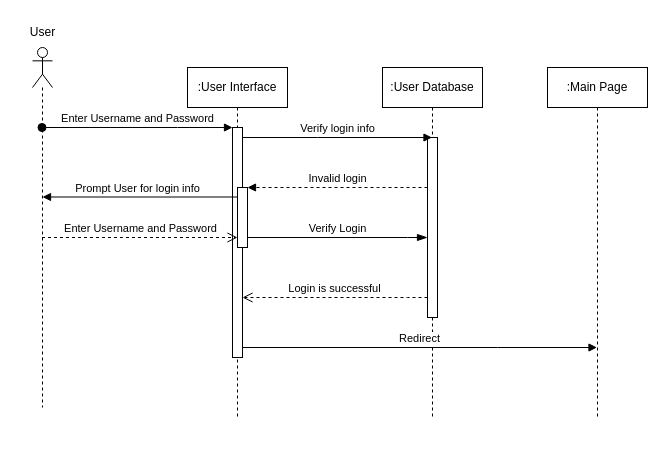
The draw.io diagram Login Sequence Diagram.drawio in adl409/SE-project-Group-5, before the edit. Source tidied: cells renumbered, new cells numbered last; positions are measured from the earlier drawing's top-left corner, leaving out a move shared by most shapes. Both pictures are drawn from the tidied source at 100%, with x=0, y=0 at pixel (17, 17).
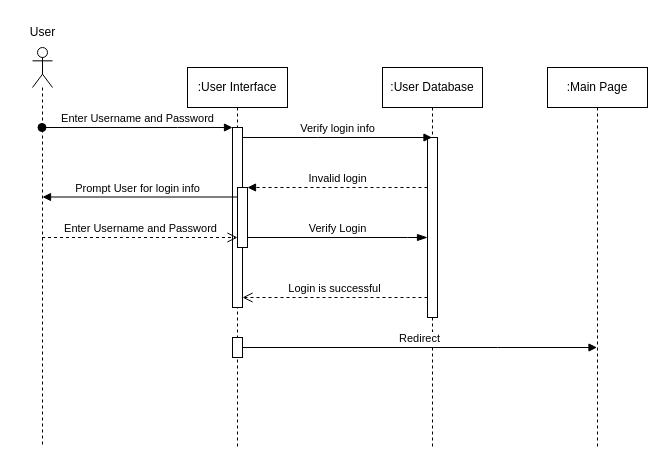
After the change.

Diff of the diagram source:
```diff
@@
     <mxCell id="2" value=":User Interface" style="shape=umlLifeline;perimeter=lifelinePerimeter;whiteSpace=wrap;html=1;outlineConnect=0;portConstraint=eastwest;newEdgeStyle={&quot;edgeStyle&quot;:&quot;elbowEdgeStyle&quot;,&quot;elbow&quot;:&quot;vertical&quot;,&quot;curved&quot;:0,&quot;rounded&quot;:0};" parent="1" vertex="1">
-      <mxGeometry x="170" y="50" width="100" height="350" as="geometry" />
+      <mxGeometry x="170" y="50" width="100" height="380" as="geometry" />
     </mxCell>
     <mxCell id="3" style="html=1;points=[];perimeter=orthogonalPerimeter;outlineConnect=0;targetShapes=umlLifeline;portConstraint=eastwest;newEdgeStyle={&quot;edgeStyle&quot;:&quot;elbowEdgeStyle&quot;,&quot;elbow&quot;:&quot;vertical&quot;,&quot;curved&quot;:0,&quot;rounded&quot;:0};" parent="2" vertex="1">
-      <mxGeometry x="45" y="60" width="10" height="230" as="geometry" />
+      <mxGeometry x="45" y="60" width="10" height="180" as="geometry" />
     </mxCell>
@@
+    <mxCell id="19" style="html=1;points=[];perimeter=orthogonalPerimeter;outlineConnect=0;targetShapes=umlLifeline;portConstraint=eastwest;newEdgeStyle={&quot;edgeStyle&quot;:&quot;elbowEdgeStyle&quot;,&quot;elbow&quot;:&quot;vertical&quot;,&quot;curved&quot;:0,&quot;rounded&quot;:0};" parent="2" vertex="1">
+      <mxGeometry x="45" y="270" width="10" height="20" as="geometry" />
+    </mxCell>
     <mxCell id="6" value=":User Database" style="shape=umlLifeline;perimeter=lifelinePerimeter;whiteSpace=wrap;html=1;outlineConnect=0;portConstraint=eastwest;newEdgeStyle={&quot;edgeStyle&quot;:&quot;elbowEdgeStyle&quot;,&quot;elbow&quot;:&quot;vertical&quot;,&quot;curved&quot;:0,&quot;rounded&quot;:0};" parent="1" vertex="1">
-      <mxGeometry x="365" y="50" width="100" height="350" as="geometry" />
+      <mxGeometry x="365" y="50" width="100" height="380" as="geometry" />
     </mxCell>
@@
     <mxCell id="8" style="shape=umlLifeline;perimeter=lifelinePerimeter;whiteSpace=wrap;html=1;outlineConnect=0;portConstraint=eastwest;newEdgeStyle={&quot;edgeStyle&quot;:&quot;elbowEdgeStyle&quot;,&quot;elbow&quot;:&quot;vertical&quot;,&quot;curved&quot;:0,&quot;rounded&quot;:0};participant=umlActor;" parent="1" vertex="1">
-      <mxGeometry x="15" y="30" width="20" height="360" as="geometry" />
+      <mxGeometry x="15" y="30" width="20" height="400" as="geometry" />
     </mxCell>
@@
     <mxCell id="17" value=":Main Page" style="shape=umlLifeline;perimeter=lifelinePerimeter;whiteSpace=wrap;html=1;outlineConnect=0;portConstraint=eastwest;newEdgeStyle={&quot;edgeStyle&quot;:&quot;elbowEdgeStyle&quot;,&quot;elbow&quot;:&quot;vertical&quot;,&quot;curved&quot;:0,&quot;rounded&quot;:0};" parent="1" vertex="1">
-      <mxGeometry x="530" y="50" width="100" height="350" as="geometry" />
+      <mxGeometry x="530" y="50" width="100" height="380" as="geometry" />
     </mxCell>
-    <mxCell id="18" value="Redirect" style="html=1;verticalAlign=bottom;endArrow=block;edgeStyle=elbowEdgeStyle;elbow=vertical;curved=0;rounded=0;" parent="1" edge="1" source="3" target="17">
+    <mxCell id="18" value="Redirect" style="html=1;verticalAlign=bottom;endArrow=block;edgeStyle=elbowEdgeStyle;elbow=vertical;curved=0;rounded=0;" parent="1" edge="1" source="19" target="17">
       <mxGeometry relative="1" as="geometry">
         <Array as="points">
           <mxPoint x="480" y="330" />
           <mxPoint x="330" y="350" />
           <mxPoint x="280" y="320" />
           <mxPoint x="325" y="320" />
           <mxPoint x="615" y="350" />
         </Array>
       </mxGeometry>
     </mxCell>
```
